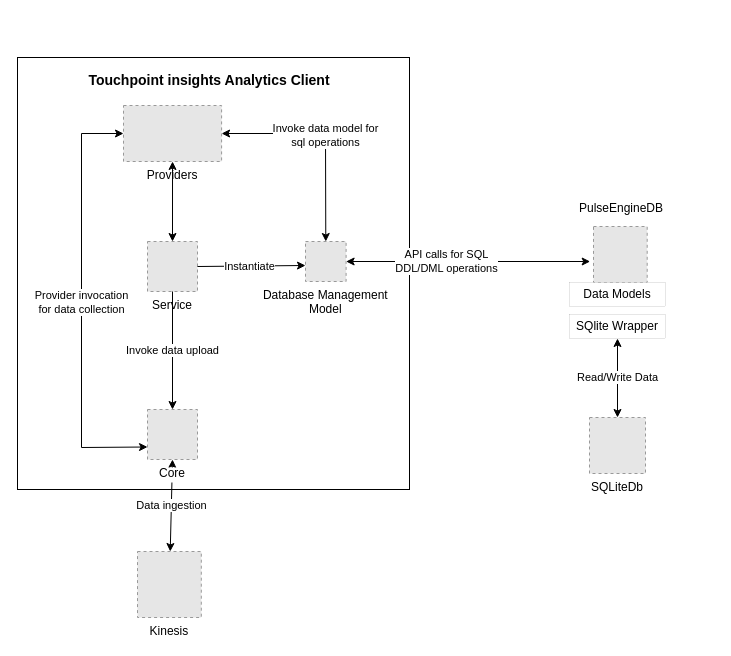
This is Untitled Diagram.drawio from Jas111/Designs, a draw.io file, before an edit. Source tidied: cells renumbered, new cells numbered last; positions are measured from the earlier drawing's top-left corner, leaving out a move shared by most shapes. Both pictures are drawn from the tidied source at 100%, with x=0, y=0 at pixel (17, 57). Pictures stored in the file or linked from it are replaced by grey dashed boxes.
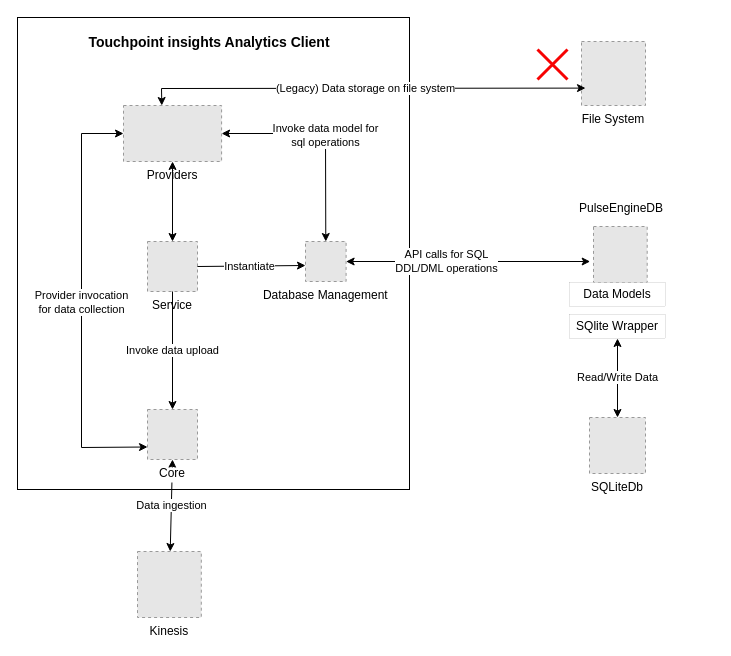
After the change.

The change refers to these unchanged cells:
```xml
<mxCell id="17" style="group;strokeWidth=3;rounded=0;" parent="14" vertex="1">
  <mxGeometry x="66" y="136" width="198.6" height="50" as="geometry" />
</mxCell>
```

The edit, as a diff of the source:
```diff
@@
     <mxCell id="10" style="rounded=0;whiteSpace=wrap;html=1;align=left;" parent="1" vertex="1">
-      <mxGeometry width="392" height="432" as="geometry" />
+      <mxGeometry y="-40" width="392" height="472" as="geometry" />
     </mxCell>
@@
-    <mxCell id="19" value="Database Management &#10;Model" style="fillColor=#E6E6E6;strokeColor=#999999;dashed=1;verticalLabelPosition=bottom;labelBackgroundColor=default;verticalAlign=top;" parent="17" vertex="1">
+    <mxCell id="19" value="Database Management" style="fillColor=#E6E6E6;strokeColor=#999999;dashed=1;verticalLabelPosition=bottom;labelBackgroundColor=default;verticalAlign=top;" parent="17" vertex="1">
       <mxGeometry x="158" width="40.6" height="40" as="geometry" />
     </mxCell>
@@
     <mxCell id="26" value="&lt;b&gt;&lt;font style=&quot;font-size: 14px;&quot;&gt;Touchpoint insights Analytics Client&lt;/font&gt;&lt;/b&gt;" style="text;strokeColor=none;align=center;fillColor=none;html=1;verticalAlign=middle;whiteSpace=wrap;rounded=0;" parent="1" vertex="1">
-      <mxGeometry x="64" y="8" width="256" height="30" as="geometry" />
+      <mxGeometry x="64" y="-30" width="256" height="30" as="geometry" />
     </mxCell>
+    <mxCell id="27" value="File System" style="fillColor=#E6E6E6;strokeColor=#999999;dashed=1;verticalLabelPosition=bottom;labelBackgroundColor=default;verticalAlign=top;" parent="1" vertex="1">
+      <mxGeometry x="564" y="-16" width="64" height="64" as="geometry" />
+    </mxCell>
+    <mxCell id="28" value="(Legacy) Data storage on file system" style="endArrow=classic;startArrow=classic;html=1;rounded=0;entryX=0;entryY=0.5;entryDx=0;entryDy=0;exitX=0.391;exitY=0.025;exitDx=0;exitDy=0;exitPerimeter=0;" parent="1" edge="1">
+      <mxGeometry relative="1" as="geometry">
+        <mxPoint x="144.3" y="48" as="sourcePoint" />
+        <mxPoint x="568" y="30.6" as="targetPoint" />
+        <Array as="points">
+          <mxPoint x="144" y="31" />
+        </Array>
+      </mxGeometry>
+    </mxCell>
+    <mxCell id="29" style="shape=umlDestroy;whiteSpace=wrap;html=1;strokeWidth=3;targetShapes=umlLifeline;strokeColor=#f70202;" parent="1" vertex="1">
+      <mxGeometry x="520" y="-8" width="30" height="30" as="geometry" />
+    </mxCell>
```
